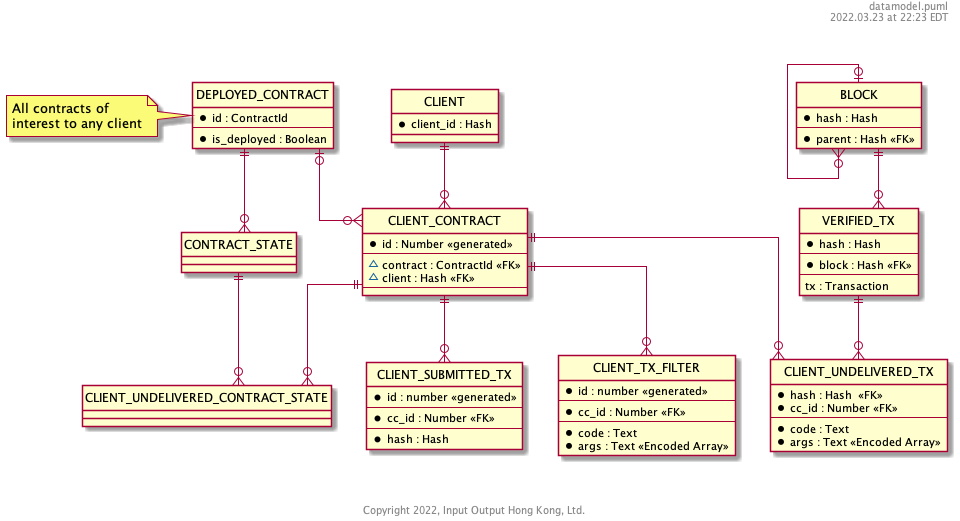
Earlier version of the PlantUML export components/WalletBackend/datamodel.png (midnightntwrk/midnight-architecture).
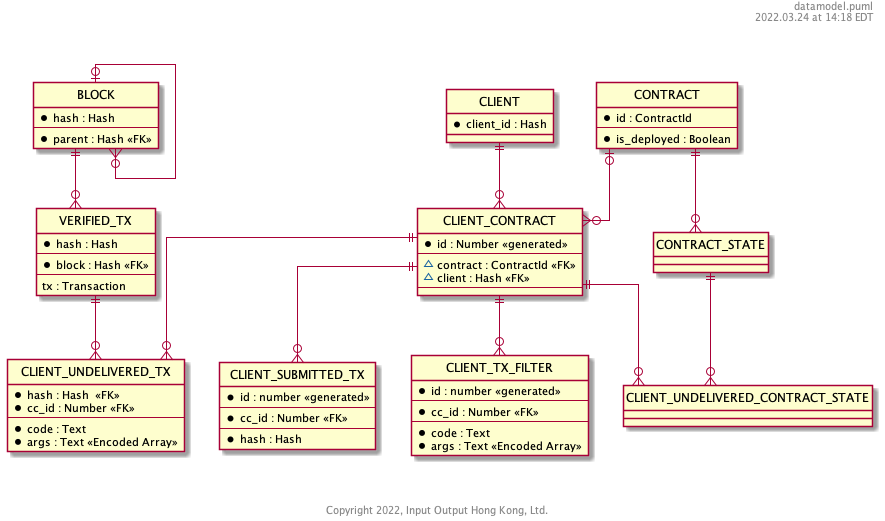
The same diagram one commit later.

Commit message:
renamed DEPLOYED_CONTRACT

What changed in the source:
```diff
@@ -9,12 +9,11 @@
         *client_id : Hash
 }
 
-entity "DEPLOYED_CONTRACT" {
+entity "CONTRACT" {
         *id : ContractId
         --
         *is_deployed : Boolean
 }
-note left: All contracts of\ninterest to any client
 
 entity "CLIENT_CONTRACT" {
         *id : Number <<generated>>
@@ -24,7 +23,7 @@
         --
 }
 CLIENT ||--o{ CLIENT_CONTRACT
-DEPLOYED_CONTRACT |o--o{ CLIENT_CONTRACT
+CONTRACT |o--o{ CLIENT_CONTRACT
 
 entity "CLIENT_SUBMITTED_TX" {
         *id : number <<generated>>
@@ -73,7 +72,7 @@
 
 entity CONTRACT_STATE {
 }
-DEPLOYED_CONTRACT ||--o{  CONTRACT_STATE
+CONTRACT ||--o{  CONTRACT_STATE
 
 entity CLIENT_UNDELIVERED_CONTRACT_STATE  {
 }
```
